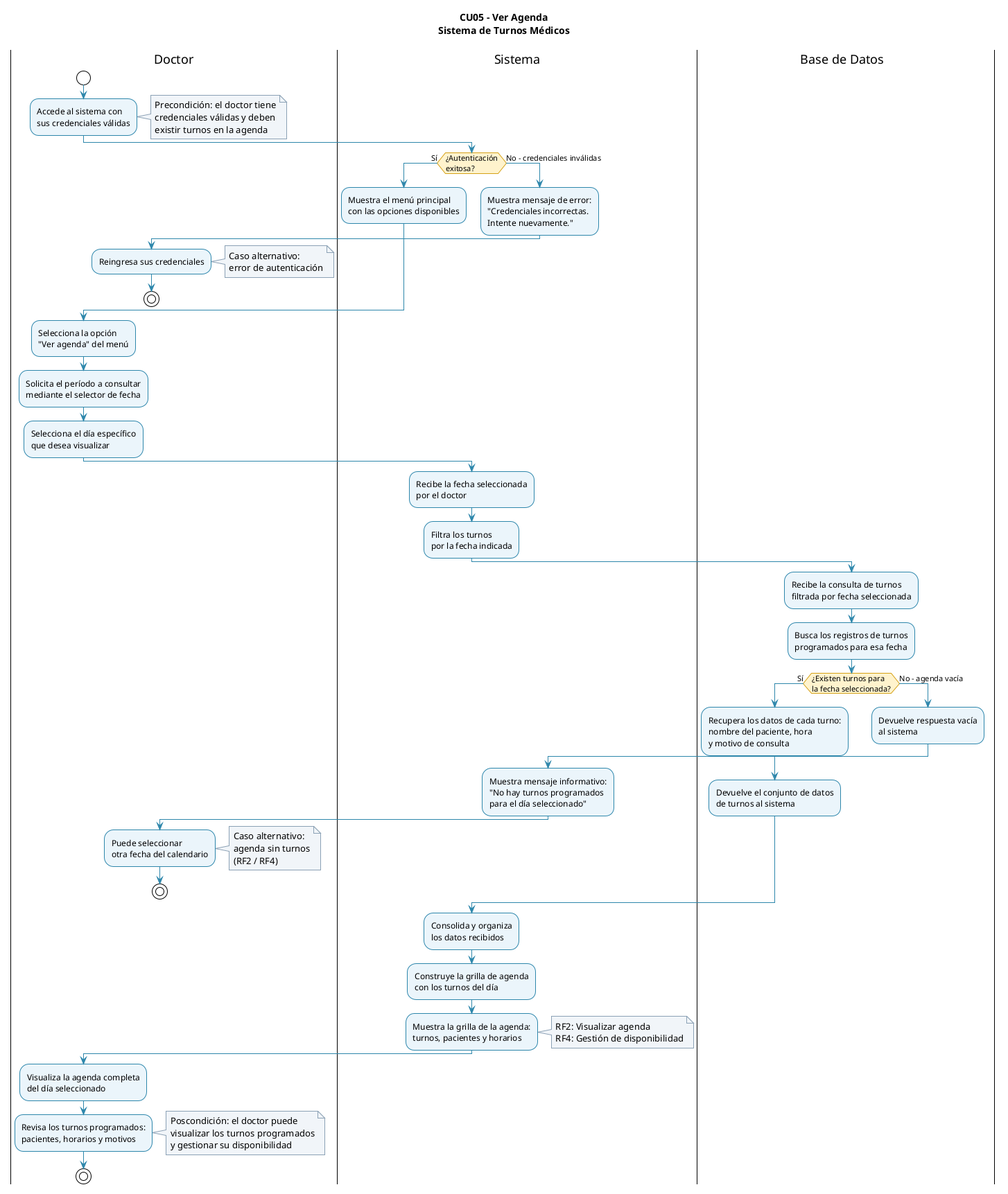
FacundoGuiraldes/SistemaTurnosMedicos keeps this PlantUML diagram as diagramas/04-diagramas-actividades/04-actividad-ver-agenda-05.png. Above is the earlier version.
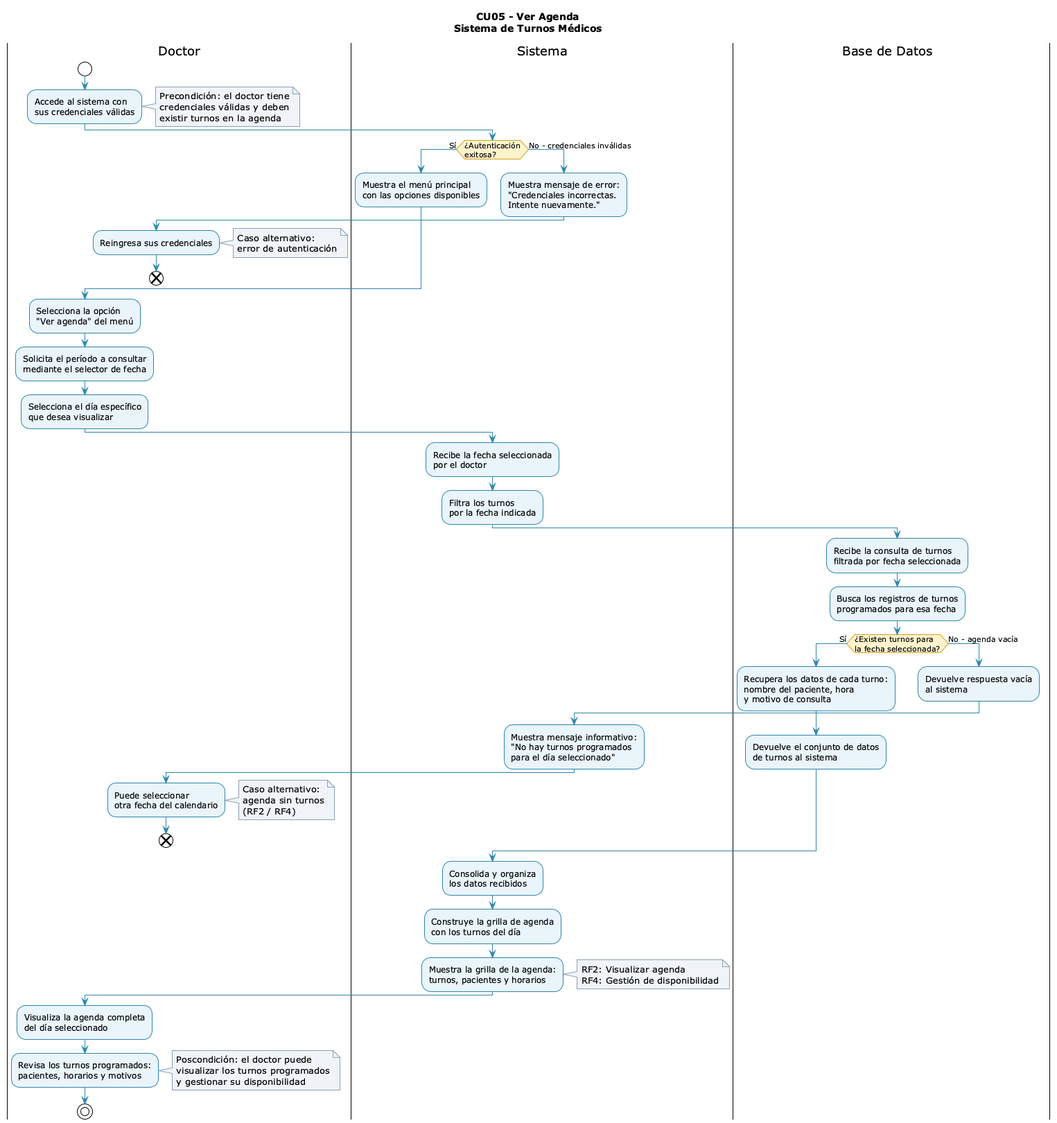
After the change.

Commit message:
fix(diagramas): regenerar PNG CU05 tras cambio END (RCN4)

El PNG no reflejaba los cierres alternativos definidos en el .puml.

Diff of the diagram source:
```diff
@@ -33,7 +33,7 @@
     Caso alternativo:
     error de autenticación
   end note
-  stop
+  END
 endif
 
 |Doctor|
@@ -63,7 +63,7 @@
     agenda sin turnos
     (RF2 / RF4)
   end note
-  stop
+  END
 endif
 
 |Sistema|
```
